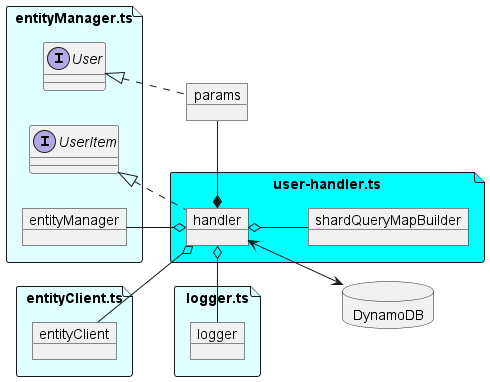
Before: assets/handler.png, a diagram exported from PlantUML (karmaniverous/entity-manager-demo).
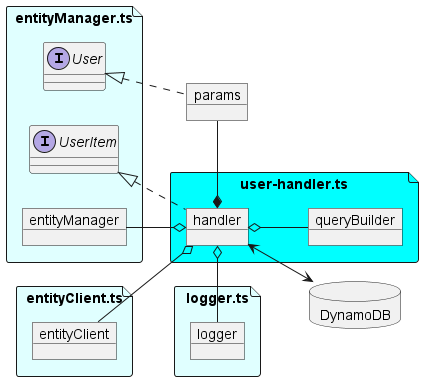
After the change.

Change to the diagram source:
```diff
@@ -33,8 +33,8 @@
     handler <--> DynamoDB
     entityClient -[hidden]- logger
 
-    object shardQueryMapBuilder
-    handler o-- shardQueryMapBuilder
+    object queryBuilder
+    handler o-- queryBuilder
 }
 
 @enduml
```
